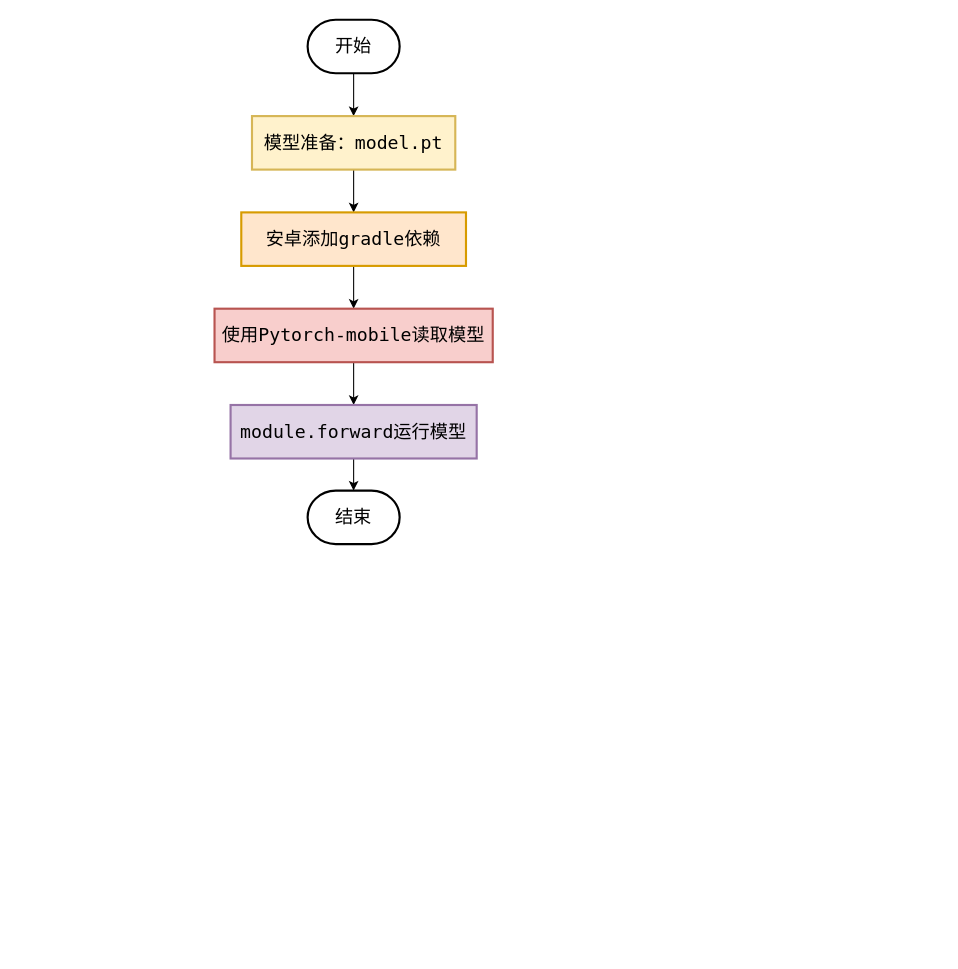
The draw.io diagram pytorch-mobile.drawio in Bright-Hsu/Real-Time-Trans-Server, before the edit. Source tidied: cells renumbered, new cells numbered last; positions are measured from the earlier drawing's top-left corner, leaving out a move shared by most shapes. Both pictures are drawn from the tidied source at 107%, with x=0, y=0 at pixel (214, 19).
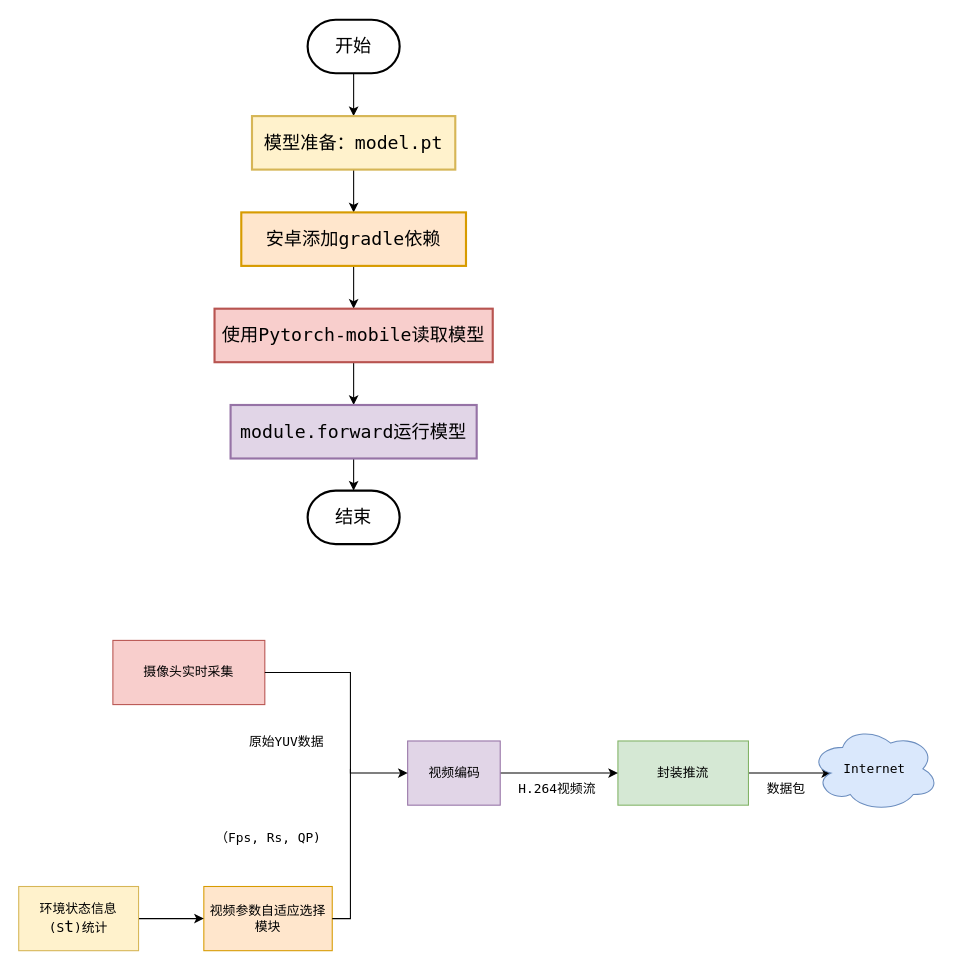
The same page after the edit.

The edit, as a diff of the source:
```diff
@@
+    <mxCell id="13" value="摄像头实时采集" style="rounded=0;whiteSpace=wrap;html=1;fontFamily=Lucida Console;fillColor=#F8CECC;strokeColor=#b85450;" parent="1" vertex="1">
+      <mxGeometry x="-95" y="580" width="142" height="60" as="geometry" />
+    </mxCell>
+    <mxCell id="14" value="视频参数自适应选择模块" style="rounded=0;whiteSpace=wrap;html=1;fontFamily=Lucida Console;fillColor=#ffe6cc;strokeColor=#d79b00;" parent="1" vertex="1">
+      <mxGeometry x="-10" y="810" width="120" height="60" as="geometry" />
+    </mxCell>
+    <mxCell id="15" style="edgeStyle=orthogonalEdgeStyle;rounded=0;jettySize=auto;html=1;fontFamily=Lucida Console;" parent="1" edge="1" source="16" target="14">
+      <mxGeometry relative="1" as="geometry" />
+    </mxCell>
+    <mxCell id="16" value="环境状态信息&lt;br&gt;(S&lt;font style=&quot;font-size: 15px;&quot;&gt;t&lt;/font&gt;)统计" style="rounded=0;whiteSpace=wrap;html=1;fontFamily=Lucida Console;fillColor=#fff2cc;strokeColor=#d6b656;" parent="1" vertex="1">
+      <mxGeometry x="-183" y="810" width="112" height="60" as="geometry" />
+    </mxCell>
+    <mxCell id="17" style="edgeStyle=orthogonalEdgeStyle;rounded=0;jettySize=auto;html=1;fontFamily=Lucida Console;entryX=0.16;entryY=0.55;entryDx=0;entryDy=0;entryPerimeter=0;" parent="1" edge="1" source="18" target="26">
+      <mxGeometry relative="1" as="geometry" />
+    </mxCell>
+    <mxCell id="18" value="封装推流" style="rounded=0;whiteSpace=wrap;html=1;fontFamily=Lucida Console;fillColor=#d5e8d4;strokeColor=#82b366;" parent="1" vertex="1">
+      <mxGeometry x="377" y="674" width="122" height="60" as="geometry" />
+    </mxCell>
+    <mxCell id="19" style="edgeStyle=orthogonalEdgeStyle;rounded=0;jettySize=auto;html=1;fontFamily=Lucida Console;" parent="1" edge="1" source="20" target="18">
+      <mxGeometry relative="1" as="geometry" />
+    </mxCell>
+    <mxCell id="20" value="视频编码" style="rounded=0;whiteSpace=wrap;html=1;fontFamily=Lucida Console;fillColor=#e1d5e7;strokeColor=#9673a6;" parent="1" vertex="1">
+      <mxGeometry x="180.5" y="674" width="86.5" height="60" as="geometry" />
+    </mxCell>
+    <mxCell id="21" value="原始YUV数据" style="text;html=1;align=center;verticalAlign=middle;strokeColor=none;fillColor=none;fontFamily=Lucida Console;" parent="1" vertex="1">
+      <mxGeometry x="7" y="660" width="120" height="30" as="geometry" />
+    </mxCell>
+    <mxCell id="22" value="（Fps, Rs, QP)" style="text;html=1;align=center;verticalAlign=middle;strokeColor=none;fillColor=none;fontFamily=Lucida Console;" parent="1" vertex="1">
+      <mxGeometry x="-30" y="750" width="160" height="30" as="geometry" />
+    </mxCell>
+    <mxCell id="23" value="H.264视频流" style="text;html=1;align=center;verticalAlign=middle;strokeColor=none;fillColor=none;fontFamily=Lucida Console;" parent="1" vertex="1">
+      <mxGeometry x="260" y="704" width="120" height="30" as="geometry" />
+    </mxCell>
+    <mxCell id="24" style="endArrow=classic;html=1;rounded=0;exitX=1;exitY=0.5;exitDx=0;exitDy=0;entryX=0;entryY=0.5;entryDx=0;entryDy=0;fontFamily=Lucida Console;" parent="1" edge="1" source="13" target="20">
+      <mxGeometry relative="1" as="geometry">
+        <Array as="points">
+          <mxPoint x="127" y="610" />
+          <mxPoint x="127" y="704" />
+        </Array>
+      </mxGeometry>
+    </mxCell>
+    <mxCell id="25" style="endArrow=none;html=1;rounded=0;exitX=1;exitY=0.5;exitDx=0;exitDy=0;fontFamily=Lucida Console;" parent="1" edge="1" source="14">
+      <mxGeometry relative="1" as="geometry">
+        <mxPoint x="127" y="700" as="targetPoint" />
+        <Array as="points">
+          <mxPoint x="127" y="840" />
+        </Array>
+      </mxGeometry>
+    </mxCell>
+    <mxCell id="26" value="Internet" style="ellipse;shape=cloud;whiteSpace=wrap;html=1;rounded=0;fontFamily=Lucida Console;fillColor=#dae8fc;strokeColor=#6c8ebf;" parent="1" vertex="1">
+      <mxGeometry x="557" y="660" width="120" height="80" as="geometry" />
+    </mxCell>
+    <mxCell id="27" value="数据包" style="text;html=1;align=center;verticalAlign=middle;strokeColor=none;fillColor=none;" parent="1" vertex="1">
+      <mxGeometry x="499" y="704" width="70" height="30" as="geometry" />
+    </mxCell>
```
